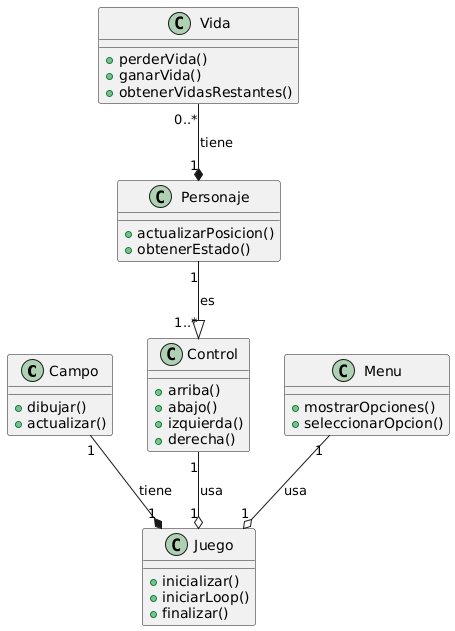
Above: docs/Diagrama.png in 23310396/st (PlantUML), before the change. Its source is kept beside it as docs/Diagrama.puml.
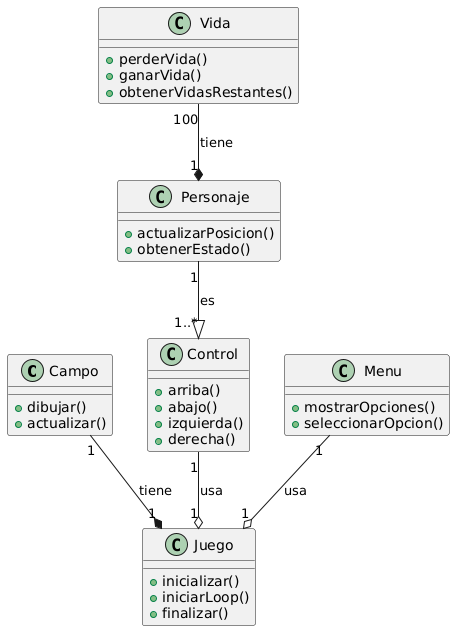
Later version of the same file.

What changed in the source:
```diff
@@ -38,6 +38,6 @@
 Control "1" --o "1" Juego : usa
 Personaje "1" --|> "1..*" Control : es
 Campo "1" --* "1" Juego : tiene
-Vida "0..*" --* "1" Personaje : tiene
+Vida "100" --* "1" Personaje : tiene
 
 @enduml
```
